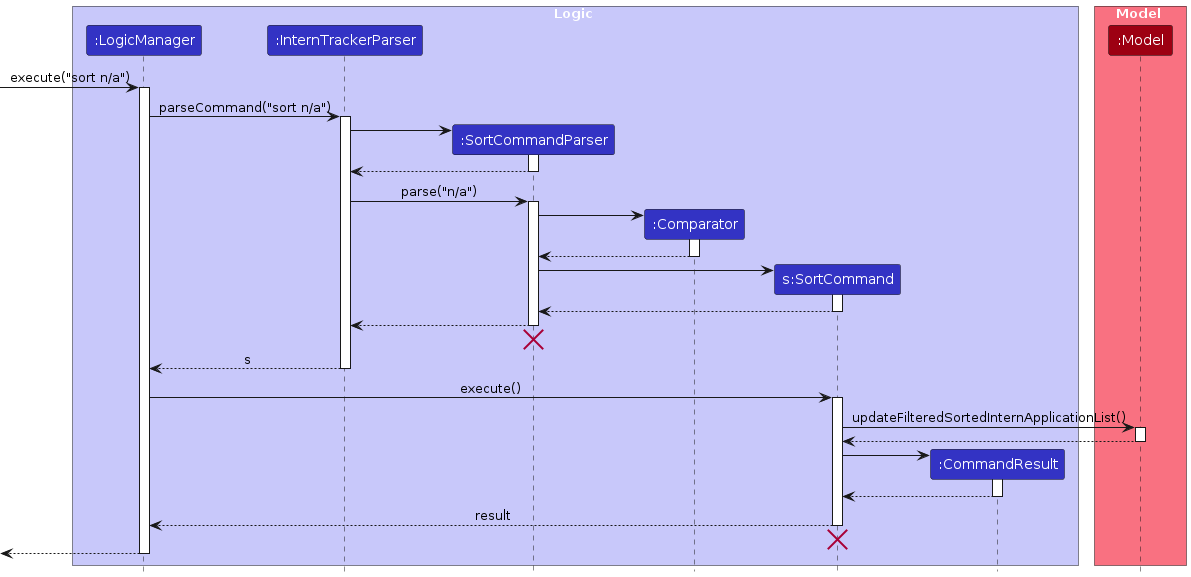
AY2324S1-CS2103T-W17-2/tp keeps this PlantUML diagram as diagrams/SortSequenceDiagram.png. Above is the earlier version. Its source is kept beside it as diagrams/SortSequenceDiagram.puml.
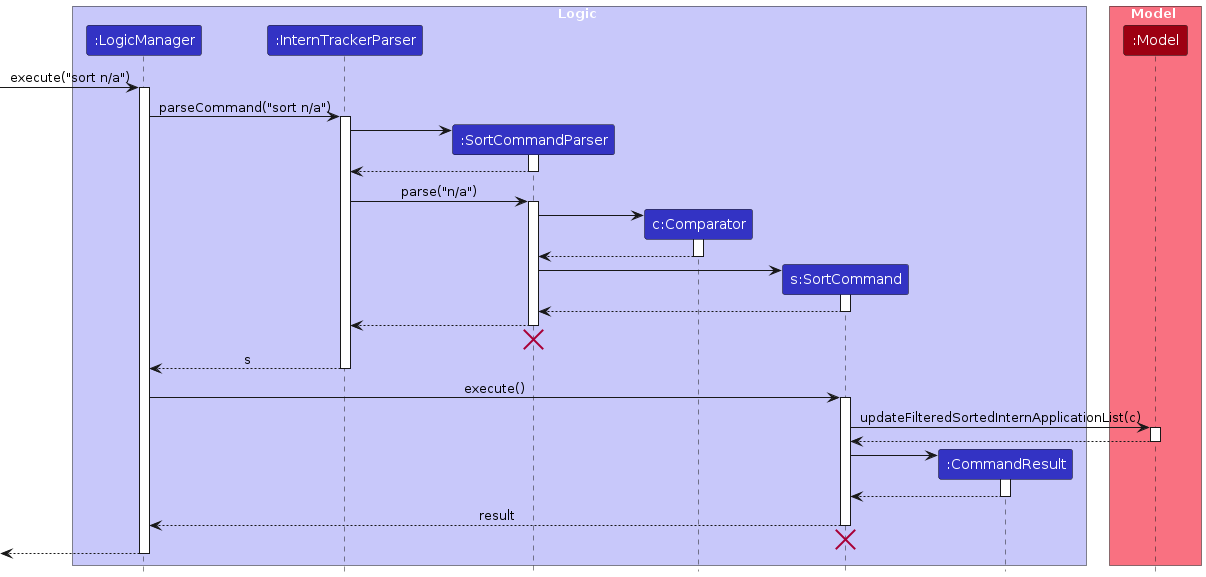
After the change.

What changed in the source:
```diff
@@ -6,7 +6,7 @@
 participant ":LogicManager" as LogicManager LOGIC_COLOR
 participant ":InternTrackerParser" as InternTrackerParser LOGIC_COLOR
 participant ":SortCommandParser" as SortCommandParser LOGIC_COLOR
-participant ":Comparator" as Comparator LOGIC_COLOR
+participant "c:Comparator" as Comparator LOGIC_COLOR
 participant "s:SortCommand" as SortCommand LOGIC_COLOR
 participant ":CommandResult" as CommandResult LOGIC_COLOR
 end box
@@ -56,7 +56,7 @@
 LogicManager -> SortCommand : execute()
 activate SortCommand
 
-SortCommand -> Model : updateFilteredSortedInternApplicationList()
+SortCommand -> Model : updateFilteredSortedInternApplicationList(c)
 activate Model
 
 Model --> SortCommand
```
